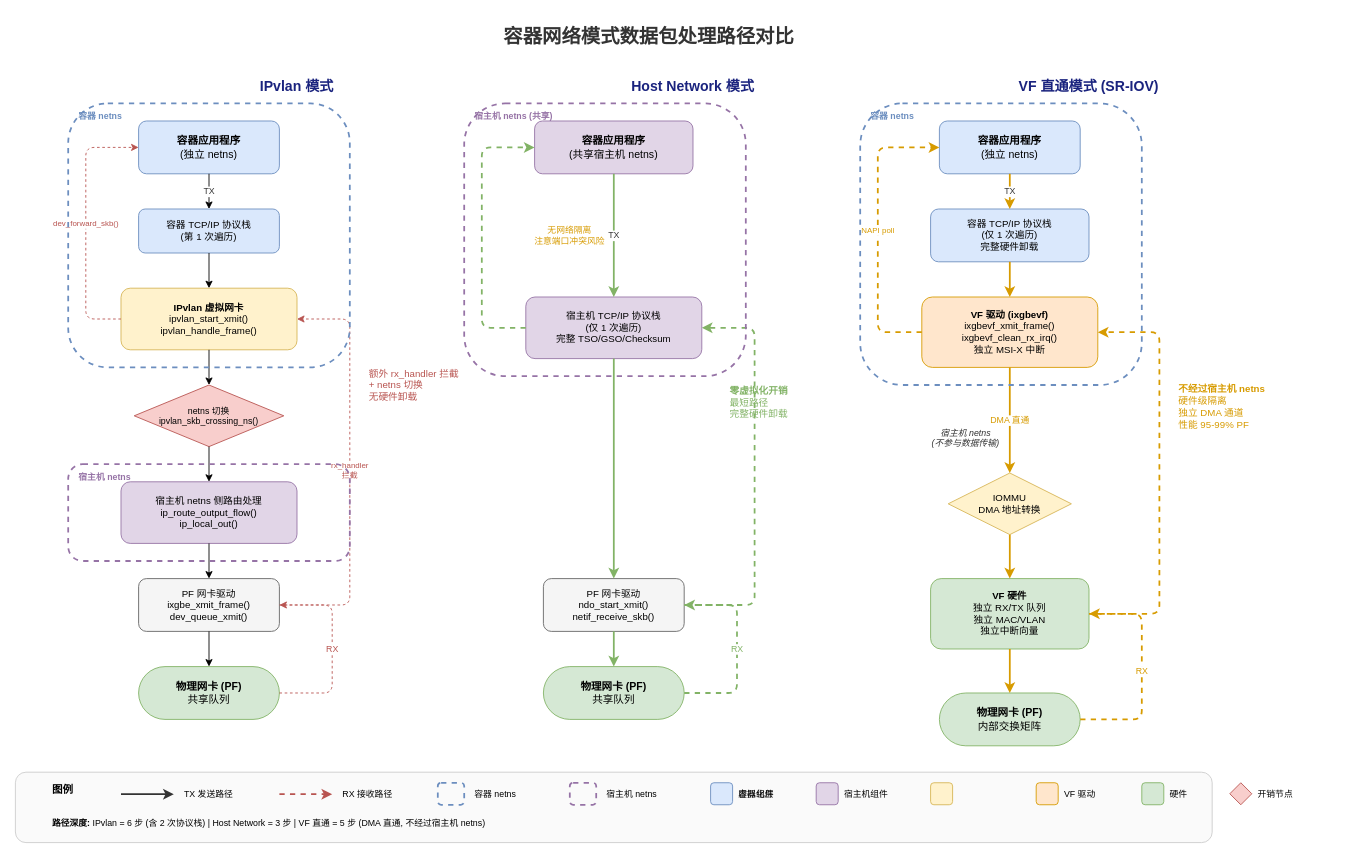
The draw.io diagram diagrams/network_modes_comparison.drawio in fsqHub/docker-sriov-plugin, before the edit. Source tidied: cells renumbered, new cells numbered last; positions are measured from the earlier drawing's top-left corner, leaving out a move shared by most shapes. Both pictures are drawn from the tidied source at 88%, with x=0, y=0 at pixel (15, 15).
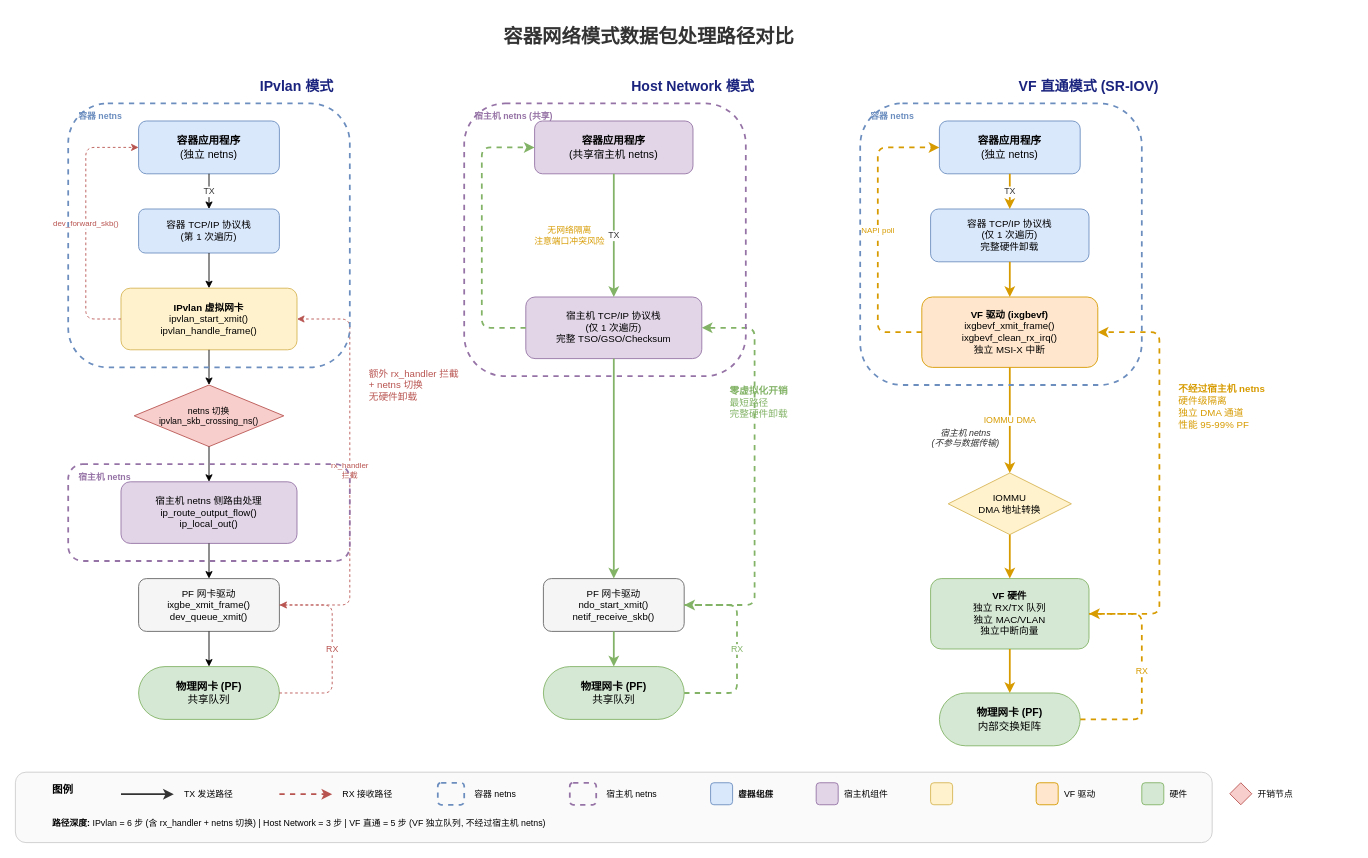
The same diagram, later.

The change refers to these unchanged cells:
```xml
<mxCell id="43" value="&lt;b&gt;VF 驱动 (ixgbevf)&lt;/b&gt;&#10;ixgbevf_xmit_frame()&#10;ixgbevf_clean_rx_irq()&#10;独立 MSI-X 中断" style="rounded=1;whiteSpace=wrap;html=1;fillColor=#ffe6cc;strokeColor=#d79b00;fontSize=11;" parent="1" vertex="1">
  <mxGeometry x="1030" y="320" width="200" height="80" as="geometry" />
</mxCell>
<mxCell id="44" value="IOMMU&#10;DMA 地址转换" style="rhombus;whiteSpace=wrap;html=1;fillColor=#fff2cc;strokeColor=#d6b656;fontSize=11;" parent="1" vertex="1">
  <mxGeometry x="1060" y="520" width="140" height="70" as="geometry" />
</mxCell>
```

Change to the diagram source:
```diff
@@
-    <mxCell id="49" value="DMA 直通" style="edgeStyle=orthogonalEdgeStyle;rounded=1;jettySize=auto;html=1;strokeWidth=2;strokeColor=#d79b00;fontSize=10;fontColor=#d79b00;exitX=0.5;exitY=1;exitDx=0;exitDy=0;entryX=0.5;entryY=0;entryDx=0;entryDy=0;" parent="1" edge="1" source="43" target="44">
+    <mxCell id="49" value="IOMMU DMA" style="edgeStyle=orthogonalEdgeStyle;rounded=1;jettySize=auto;html=1;strokeWidth=2;strokeColor=#d79b00;fontSize=10;fontColor=#d79b00;exitX=0.5;exitY=1;exitDx=0;exitDy=0;entryX=0.5;entryY=0;entryDx=0;entryDy=0;" parent="1" edge="1" source="43" target="44">
       <mxGeometry relative="1" as="geometry" />
     </mxCell>
@@
-    <mxCell id="81" value="&lt;b&gt;路径深度:&lt;/b&gt;  IPvlan = 6 步 (含 2 次协议栈)  |  Host Network = 3 步  |  VF 直通 = 5 步 (DMA 直通, 不经过宿主机 netns)" style="text;html=1;align=left;verticalAlign=middle;whiteSpace=wrap;fontSize=10;" parent="1" vertex="1">
+    <mxCell id="81" value="&lt;b&gt;路径深度:&lt;/b&gt;  IPvlan = 6 步 (含 rx_handler + netns 切换)  |  Host Network = 3 步  |  VF 直通 = 5 步 (VF 独立队列, 不经过宿主机 netns)" style="text;html=1;align=left;verticalAlign=middle;whiteSpace=wrap;fontSize=10;" parent="1" vertex="1">
       <mxGeometry x="40" y="905" width="800" height="25" as="geometry" />
     </mxCell>
```
